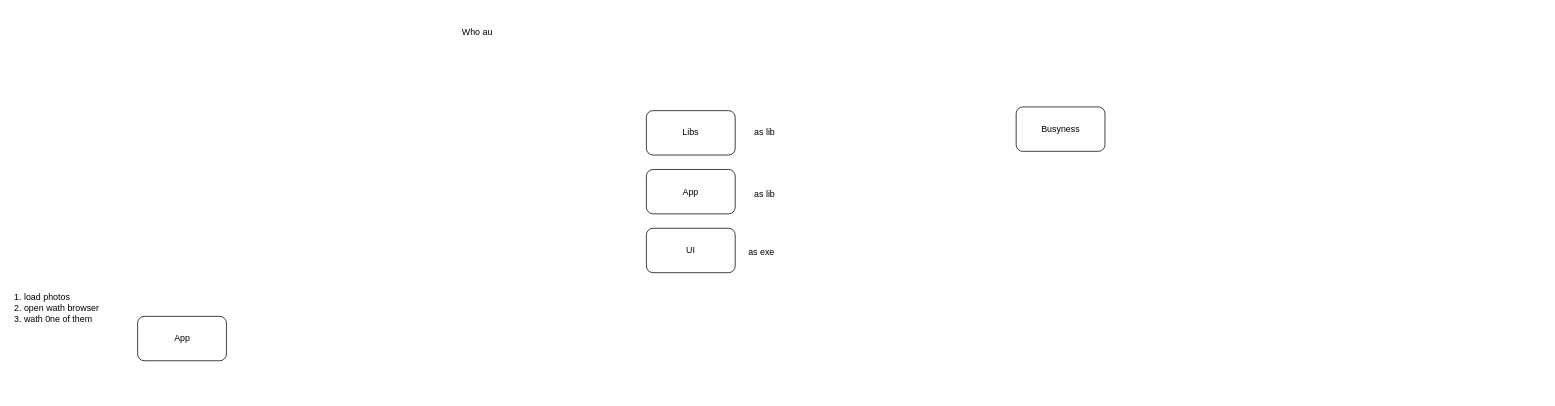
Above: doc/Project Structure.drawio in fleshofcat/who_au (draw.io), before the change. Source tidied: cells renumbered, new cells numbered last; positions are measured from the earlier drawing's top-left corner, leaving out a move shared by most shapes. Both pictures are drawn from the tidied source at 74%, with x=0, y=0 at pixel (13, 24).
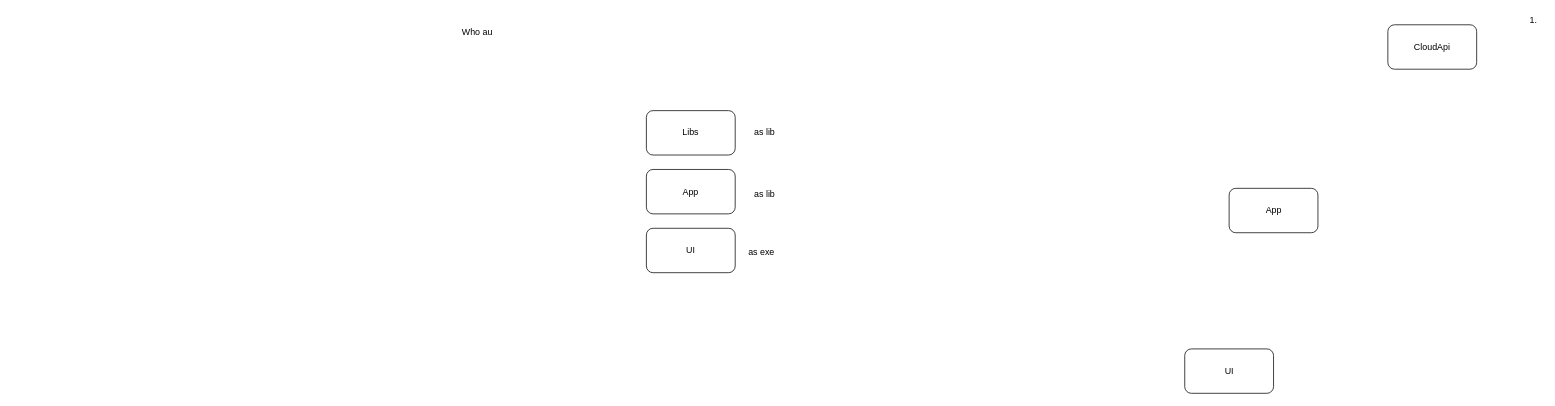
The same diagram, later.

Change to the diagram source:
```diff
@@
 <mxGraphModel>
   <root>
     <mxCell id="0" />
     <mxCell id="1" parent="0" />
     <mxCell id="2" value="Who au" style="text;html=1;align=left;verticalAlign=top;spacingTop=-4;" parent="1" vertex="1">
       <mxGeometry x="605" width="51" height="14" as="geometry" />
     </mxCell>
     <mxCell id="3" value="App" style="rounded=1;whiteSpace=wrap;html=1;" parent="1" vertex="1">
       <mxGeometry x="856" y="195.5" width="120" height="60" as="geometry" />
     </mxCell>
     <mxCell id="4" value="UI" style="rounded=1;whiteSpace=wrap;html=1;" parent="1" vertex="1">
       <mxGeometry x="856" y="275" width="120" height="60" as="geometry" />
     </mxCell>
-    <mxCell id="5" value="Busyness" style="rounded=1;whiteSpace=wrap;html=1;" parent="1" vertex="1">
-      <mxGeometry x="1355.7" y="111" width="120" height="60" as="geometry" />
-    </mxCell>
     <mxCell id="6" value="Libs" style="rounded=1;whiteSpace=wrap;html=1;" parent="1" vertex="1">
       <mxGeometry x="856" y="116" width="120" height="60" as="geometry" />
     </mxCell>
-    <mxCell id="7" value="App" style="rounded=1;whiteSpace=wrap;html=1;" parent="1" vertex="1">
-      <mxGeometry x="168.5" y="394" width="120" height="60" as="geometry" />
-    </mxCell>
-    <mxCell id="8" value="1. load photos&lt;br&gt;2. open wath browser&lt;br&gt;3. wath 0ne of them&lt;br&gt;" style="text;html=1;align=left;verticalAlign=top;spacingTop=-4;" parent="1" vertex="1">
-      <mxGeometry y="359" width="125" height="42" as="geometry" />
-    </mxCell>
     <mxCell id="9" value="as lib" style="text;html=1;align=left;verticalAlign=top;spacingTop=-4;" parent="1" vertex="1">
       <mxGeometry x="1000" y="136" width="38" height="14" as="geometry" />
     </mxCell>
     <mxCell id="10" value="as lib" style="text;html=1;align=left;verticalAlign=top;spacingTop=-4;" parent="1" vertex="1">
       <mxGeometry x="1000" y="218.5" width="38" height="14" as="geometry" />
     </mxCell>
     <mxCell id="11" value="as exe" style="text;html=1;align=left;verticalAlign=top;spacingTop=-4;" parent="1" vertex="1">
       <mxGeometry x="992" y="297" width="45" height="14" as="geometry" />
     </mxCell>
+    <mxCell id="7" value="App" style="rounded=1;whiteSpace=wrap;html=1;" parent="1" vertex="1">
+      <mxGeometry x="1643.5" y="221" width="120" height="60" as="geometry" />
+    </mxCell>
+    <mxCell id="12" value="CloudApi" style="rounded=1;whiteSpace=wrap;html=1;" parent="1" vertex="1">
+      <mxGeometry x="1858" width="120" height="60" as="geometry" />
+    </mxCell>
+    <mxCell id="13" value="UI" style="rounded=1;whiteSpace=wrap;html=1;" parent="1" vertex="1">
+      <mxGeometry x="1583.5" y="438" width="120" height="60" as="geometry" />
+    </mxCell>
+    <mxCell id="14" value="1." style="text;html=1;align=left;verticalAlign=top;spacingTop=-4;" parent="1" vertex="1">
+      <mxGeometry x="2048" y="-16" width="20" height="14" as="geometry" />
+    </mxCell>
   </root>
 </mxGraphModel>
```
